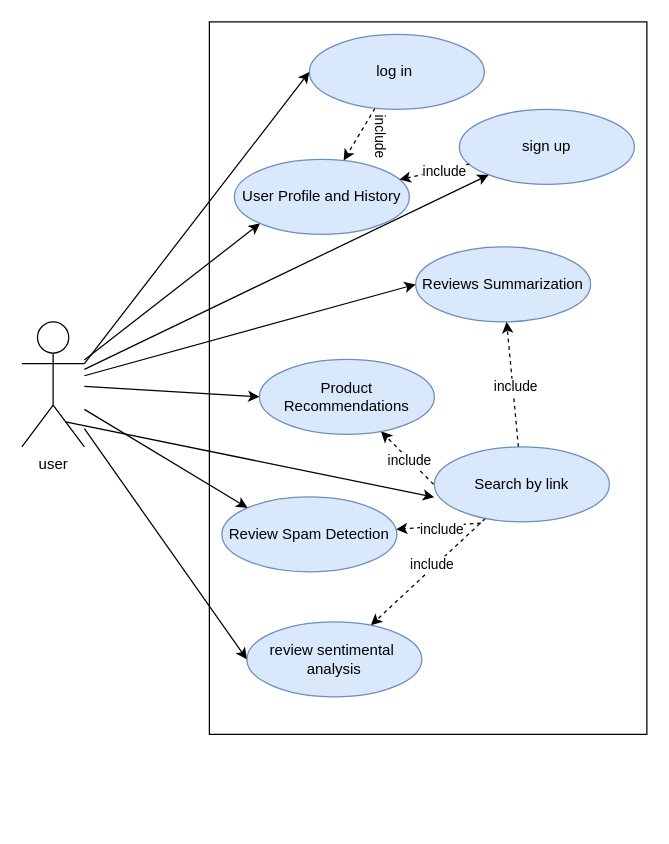
Before: grad use case.drawio in amrawni33/grad-UML, a draw.io diagram. Source tidied: cells renumbered, new cells numbered last; positions are measured from the earlier drawing's top-left corner, leaving out a move shared by most shapes. Both pictures are drawn from the tidied source at 125%, with x=0, y=0 at pixel (21, 21).
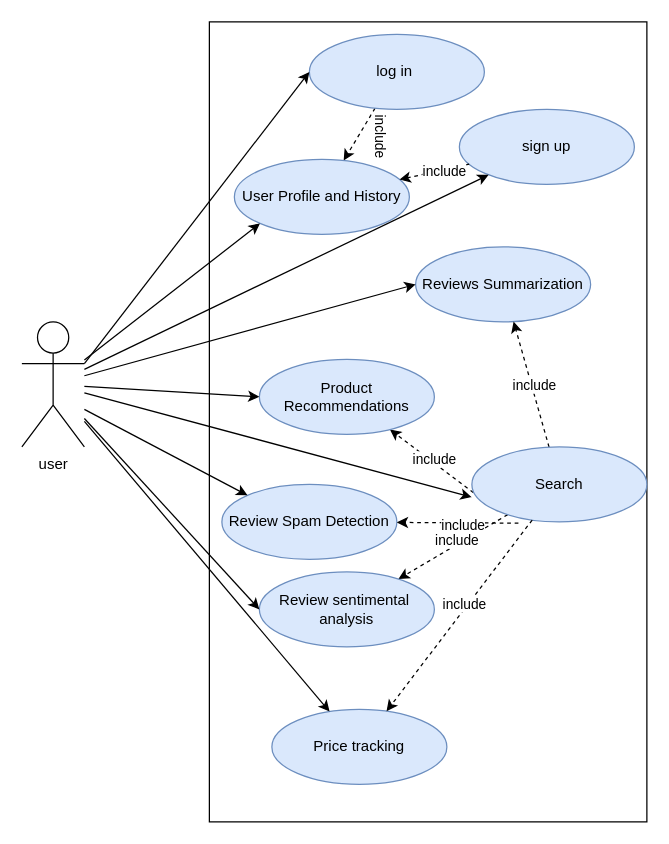
The same page after the edit.

Unchanged cells that the change refers to:
```xml
<mxCell id="3" value="user" style="shape=umlActor;verticalLabelPosition=bottom;verticalAlign=top;html=1;outlineConnect=0;strokeWidth=1;" parent="1" vertex="1">
  <mxGeometry y="240" width="50" height="100" as="geometry" />
</mxCell>
```

What changed in the source:
```diff
@@
     <mxCell id="2" style="rounded=0;whiteSpace=wrap;html=1;direction=south;" parent="1" vertex="1">
-      <mxGeometry x="150" width="350" height="570" as="geometry" />
+      <mxGeometry x="150" width="350" height="640" as="geometry" />
     </mxCell>
@@
-    <mxCell id="15" value="Search by link" style="ellipse;whiteSpace=wrap;html=1;fillColor=#dae8fc;strokeColor=#6c8ebf;" parent="1" vertex="1">
-      <mxGeometry x="330" y="340" width="140" height="60" as="geometry" />
+    <mxCell id="15" value="Search" style="ellipse;whiteSpace=wrap;html=1;fillColor=#dae8fc;strokeColor=#6c8ebf;" parent="1" vertex="1">
+      <mxGeometry x="360" y="340" width="140" height="60" as="geometry" />
     </mxCell>
@@
-    <mxCell id="17" value="review sentimental&amp;nbsp;&lt;div&gt;analysis&lt;/div&gt;" style="ellipse;whiteSpace=wrap;html=1;fillColor=#dae8fc;strokeColor=#6c8ebf;" parent="1" vertex="1">
-      <mxGeometry x="180" y="480" width="140" height="60" as="geometry" />
+    <mxCell id="17" value="Review sentimental&amp;nbsp;&lt;div&gt;analysis&lt;/div&gt;" style="ellipse;whiteSpace=wrap;html=1;fillColor=#dae8fc;strokeColor=#6c8ebf;" parent="1" vertex="1">
+      <mxGeometry x="190" y="440" width="140" height="60" as="geometry" />
     </mxCell>
@@
-    <mxCell id="23" style="endArrow=classic;html=1;rounded=0;entryX=-0.001;entryY=0.67;entryDx=0;entryDy=0;entryPerimeter=0;" parent="1" edge="1" target="15">
-      <mxGeometry relative="1" as="geometry">
-        <mxPoint x="35" y="320" as="sourcePoint" />
-      </mxGeometry>
+    <mxCell id="23" style="endArrow=classic;html=1;rounded=0;entryX=-0.001;entryY=0.67;entryDx=0;entryDy=0;entryPerimeter=0;" parent="1" edge="1" source="3" target="15">
+      <mxGeometry relative="1" as="geometry" />
     </mxCell>
     <mxCell id="24" value="Review Spam Detection" style="ellipse;whiteSpace=wrap;html=1;fillColor=#dae8fc;strokeColor=#6c8ebf;" parent="1" vertex="1">
-      <mxGeometry x="160" y="380" width="140" height="60" as="geometry" />
+      <mxGeometry x="160" y="370" width="140" height="60" as="geometry" />
     </mxCell>
@@
+    <mxCell id="32" value="Price tracking" style="ellipse;whiteSpace=wrap;html=1;fillColor=#dae8fc;strokeColor=#6c8ebf;" parent="1" vertex="1">
+      <mxGeometry x="200" y="550" width="140" height="60" as="geometry" />
+    </mxCell>
+    <mxCell id="33" style="rounded=0;jettySize=auto;html=1;dashed=1;" parent="1" edge="1" source="15" target="32">
+      <mxGeometry relative="1" as="geometry" />
+    </mxCell>
+    <mxCell id="34" value="include" style="edgeLabel;html=1;align=center;verticalAlign=middle;" parent="33" vertex="1">
+      <mxGeometry x="-0.09" y="-3" relative="1" as="geometry" />
+    </mxCell>
+    <mxCell id="35" style="endArrow=classic;html=1;rounded=0;" parent="1" edge="1" source="3" target="32">
+      <mxGeometry relative="1" as="geometry" />
+    </mxCell>
```
